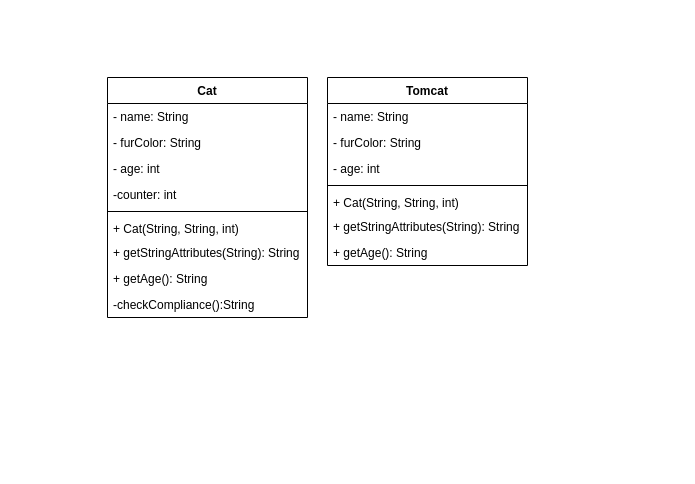
mariussimen/03a_Klassen_Objekte_3 keeps this draw.io diagram as klassendiagramm.drawio. Above is the earlier version. Source tidied: cells renumbered, new cells numbered last; positions are measured from the earlier drawing's top-left corner, leaving out a move shared by most shapes. Both pictures are drawn from the tidied source at 100%, with x=0, y=0 at pixel (107, 77).
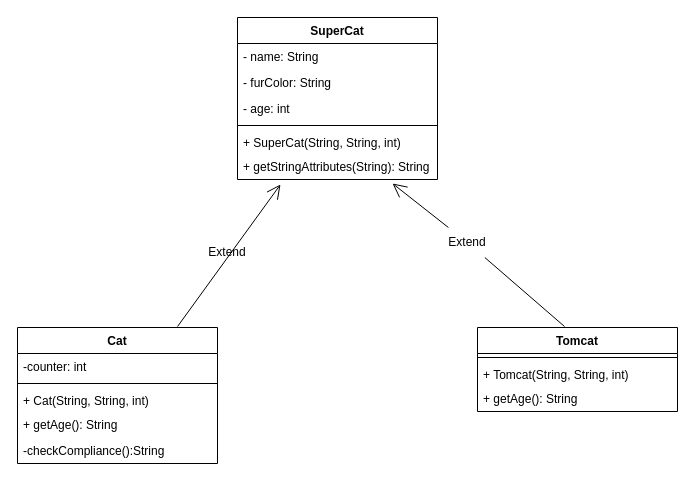
Above is the later version.

Unchanged cells that the change refers to:
```xml
<mxCell id="8" value="+ getStringAttributes(String): String" style="text;strokeColor=none;fillColor=none;align=left;verticalAlign=top;spacingLeft=4;spacingRight=4;overflow=hidden;points=[[0,0.5],[1,0.5]];portConstraint=eastwest;" parent="2" vertex="1">
  <mxGeometry y="136" width="200" height="26" as="geometry" />
</mxCell>
```

What changed in the source:
```diff
@@
-    <mxCell id="2" value="Tomcat" style="swimlane;fontStyle=1;align=center;verticalAlign=top;horizontal=1;startSize=26;" parent="1" vertex="1">
-      <mxGeometry x="220" width="200" height="188" as="geometry" />
+    <mxCell id="2" value="SuperCat" style="swimlane;fontStyle=1;align=center;verticalAlign=top;horizontal=1;startSize=26;" parent="1" vertex="1">
+      <mxGeometry x="130" y="-60" width="200" height="162" as="geometry" />
     </mxCell>
@@
-    <mxCell id="7" value="+ Cat(String, String, int)" style="text;strokeColor=none;fillColor=none;align=left;verticalAlign=top;spacingLeft=4;spacingRight=4;overflow=hidden;" parent="2" vertex="1">
+    <mxCell id="7" value="+ SuperCat(String, String, int)" style="text;strokeColor=none;fillColor=none;align=left;verticalAlign=top;spacingLeft=4;spacingRight=4;overflow=hidden;" parent="2" vertex="1">
       <mxGeometry y="112" width="200" height="24" as="geometry" />
     </mxCell>
@@
-    <mxCell id="9" value="+ getAge(): String" style="text;strokeColor=none;fillColor=none;align=left;verticalAlign=top;spacingLeft=4;spacingRight=4;overflow=hidden;" parent="2" vertex="1">
-      <mxGeometry y="162" width="200" height="26" as="geometry" />
-    </mxCell>
     <mxCell id="10" value="Cat" style="swimlane;fontStyle=1;align=center;verticalAlign=top;horizontal=1;startSize=26;" parent="1" vertex="1">
-      <mxGeometry width="200" height="240" as="geometry" />
+      <mxGeometry x="-90" y="250" width="200" height="136" as="geometry" />
     </mxCell>
-    <mxCell id="11" value="- name: String" style="text;strokeColor=none;fillColor=none;align=left;verticalAlign=top;spacingLeft=4;spacingRight=4;overflow=hidden;" parent="10" vertex="1">
-      <mxGeometry y="26" width="200" height="26" as="geometry" />
-    </mxCell>
-    <mxCell id="12" value="- furColor: String" style="text;strokeColor=none;fillColor=none;align=left;verticalAlign=top;spacingLeft=4;spacingRight=4;overflow=hidden;" parent="10" vertex="1">
-      <mxGeometry y="52" width="200" height="26" as="geometry" />
-    </mxCell>
-    <mxCell id="13" value="- age: int&#10;" style="text;strokeColor=none;fillColor=none;align=left;verticalAlign=top;spacingLeft=4;spacingRight=4;overflow=hidden;" parent="10" vertex="1">
-      <mxGeometry y="78" width="200" height="26" as="geometry" />
-    </mxCell>
     <mxCell id="14" value="-counter: int" style="text;strokeColor=none;fillColor=none;align=left;verticalAlign=top;spacingLeft=4;spacingRight=4;overflow=hidden;" parent="10" vertex="1">
-      <mxGeometry y="104" width="200" height="26" as="geometry" />
+      <mxGeometry y="26" width="200" height="26" as="geometry" />
     </mxCell>
     <mxCell id="15" style="line;strokeWidth=1;fillColor=none;align=left;verticalAlign=middle;spacingTop=-1;spacingLeft=3;spacingRight=3;labelPosition=right;strokeColor=inherit;" parent="10" vertex="1">
-      <mxGeometry y="130" width="200" height="8" as="geometry" />
+      <mxGeometry y="52" width="200" height="8" as="geometry" />
     </mxCell>
     <mxCell id="16" value="+ Cat(String, String, int)" style="text;strokeColor=none;fillColor=none;align=left;verticalAlign=top;spacingLeft=4;spacingRight=4;overflow=hidden;" parent="10" vertex="1">
-      <mxGeometry y="138" width="200" height="24" as="geometry" />
+      <mxGeometry y="60" width="200" height="24" as="geometry" />
     </mxCell>
-    <mxCell id="17" value="+ getStringAttributes(String): String" style="text;strokeColor=none;fillColor=none;align=left;verticalAlign=top;spacingLeft=4;spacingRight=4;overflow=hidden;" parent="10" vertex="1">
-      <mxGeometry y="162" width="200" height="26" as="geometry" />
-    </mxCell>
     <mxCell id="18" value="+ getAge(): String" style="text;strokeColor=none;fillColor=none;align=left;verticalAlign=top;spacingLeft=4;spacingRight=4;overflow=hidden;" parent="10" vertex="1">
-      <mxGeometry y="188" width="200" height="26" as="geometry" />
+      <mxGeometry y="84" width="200" height="26" as="geometry" />
     </mxCell>
     <mxCell id="19" value="-checkCompliance():String" style="text;strokeColor=none;fillColor=none;align=left;verticalAlign=top;spacingLeft=4;spacingRight=4;overflow=hidden;" parent="10" vertex="1">
-      <mxGeometry y="214" width="200" height="26" as="geometry" />
+      <mxGeometry y="110" width="200" height="26" as="geometry" />
     </mxCell>
+    <mxCell id="20" value="Tomcat" style="swimlane;fontStyle=1;align=center;verticalAlign=top;horizontal=1;startSize=26;" parent="1" vertex="1">
+      <mxGeometry x="370" y="250" width="200" height="84" as="geometry" />
+    </mxCell>
+    <mxCell id="21" style="line;strokeWidth=1;fillColor=none;align=left;verticalAlign=middle;spacingTop=-1;spacingLeft=3;spacingRight=3;labelPosition=right;strokeColor=inherit;" parent="20" vertex="1">
+      <mxGeometry y="26" width="200" height="8" as="geometry" />
+    </mxCell>
+    <mxCell id="22" value="+ Tomcat(String, String, int)" style="text;strokeColor=none;fillColor=none;align=left;verticalAlign=top;spacingLeft=4;spacingRight=4;overflow=hidden;" parent="20" vertex="1">
+      <mxGeometry y="34" width="200" height="24" as="geometry" />
+    </mxCell>
+    <mxCell id="9" value="+ getAge(): String" style="text;strokeColor=none;fillColor=none;align=left;verticalAlign=top;spacingLeft=4;spacingRight=4;overflow=hidden;" parent="20" vertex="1">
+      <mxGeometry y="58" width="200" height="26" as="geometry" />
+    </mxCell>
+    <mxCell id="23" style="endArrow=open;endFill=1;endSize=12;html=1;entryX=0.775;entryY=1.154;entryDx=0;entryDy=0;entryPerimeter=0;startArrow=none;" parent="1" edge="1" source="27" target="8">
+      <mxGeometry relative="1" as="geometry" />
+    </mxCell>
+    <mxCell id="24" style="endArrow=open;endFill=1;endSize=12;html=1;exitX=0.8;exitY=-0.007;exitDx=0;exitDy=0;exitPerimeter=0;entryX=0.215;entryY=1.192;entryDx=0;entryDy=0;entryPerimeter=0;" parent="1" edge="1" source="10" target="8">
+      <mxGeometry relative="1" as="geometry" />
+    </mxCell>
+    <mxCell id="25" value="Extend" style="text;strokeColor=none;align=center;fillColor=none;html=1;verticalAlign=middle;whiteSpace=wrap;rounded=0;" parent="1" vertex="1">
+      <mxGeometry x="90" y="160" width="60" height="30" as="geometry" />
+    </mxCell>
+    <mxCell id="26" style="endArrow=none;endFill=1;endSize=12;html=1;exitX=0.435;exitY=-0.012;exitDx=0;exitDy=0;exitPerimeter=0;" parent="1" edge="1" source="20" target="27">
+      <mxGeometry relative="1" as="geometry" />
+    </mxCell>
+    <mxCell id="27" value="Extend" style="text;strokeColor=none;align=center;fillColor=none;html=1;verticalAlign=middle;whiteSpace=wrap;rounded=0;" parent="1" vertex="1">
+      <mxGeometry x="330" y="150" width="60" height="30" as="geometry" />
+    </mxCell>
```
